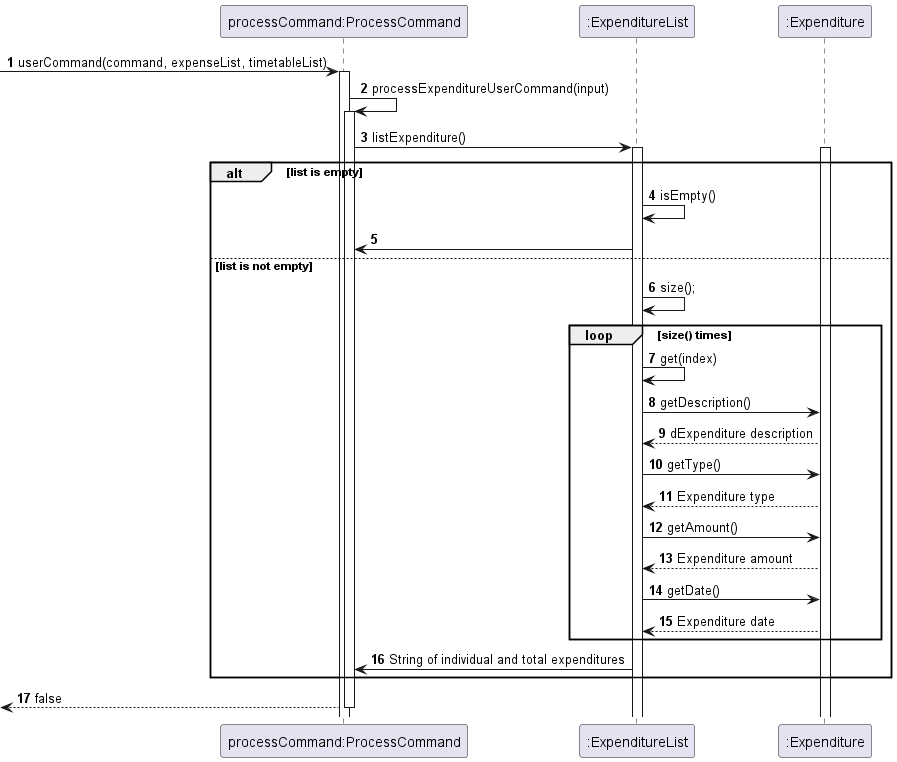
nyh3/tp keeps this PlantUML diagram as docs/diagrams/sequencediagram/ListExpenditure.png. Above is the earlier version. Its diagram source:
```plantuml
@startuml

autonumber

autonumber
participant "processCommand:ProcessCommand" as processCommand
participant ":ExpenditureList" as expenditureList
participant ":Expenditure" as expenditure

[-> processCommand: userCommand(command, expenseList, timetableList)
activate processCommand

processCommand -> processCommand: processExpenditureUserCommand(input)
activate processCommand

processCommand -> expenditureList: listExpenditure()
activate expenditureList
activate expenditure

alt list is empty
    expenditureList -> expenditureList: isEmpty()
    processCommand <- expenditureList
else list is not empty
    expenditureList -> expenditureList: size();
    loop size() times
    expenditureList -> expenditureList: get(index)
    expenditureList -> expenditure: getDescription()
    expenditureList <-- expenditure: dExpenditure description
    expenditureList -> expenditure: getType()
    expenditureList <-- expenditure: Expenditure type
    expenditureList -> expenditure: getAmount()
    expenditureList <-- expenditure: Expenditure amount
    expenditureList -> expenditure: getDate()
    expenditureList <-- expenditure: Expenditure date
    end
    processCommand <- expenditureList: String of individual and total expenditures
end



[<-- processCommand: false
deactivate processCommand

@enduml
```
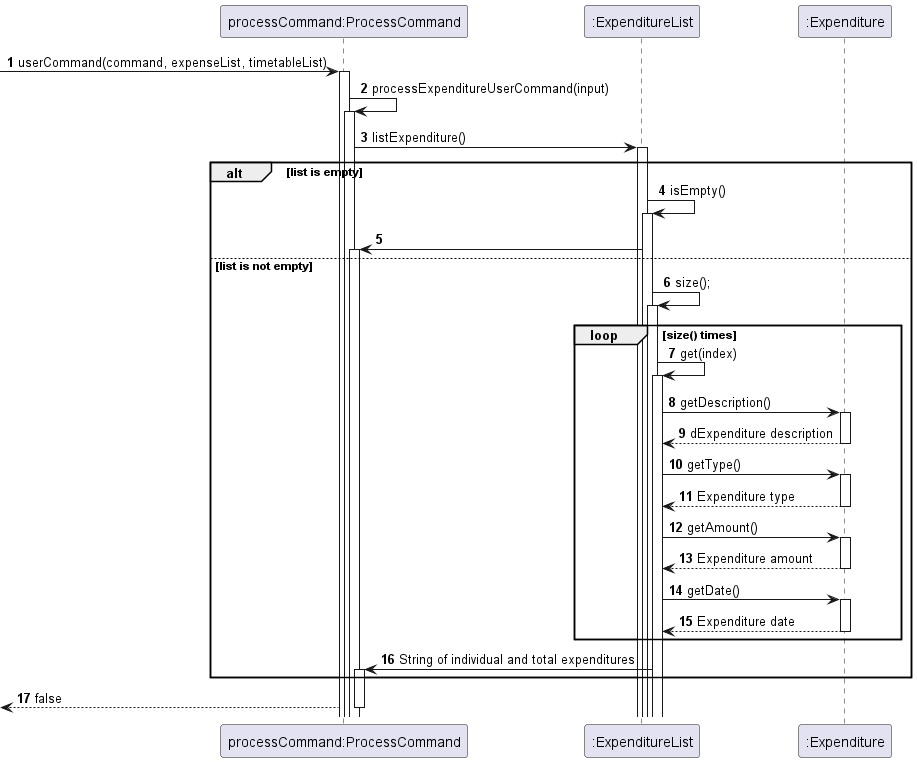
After the commit.

Commit message:
updated sequence diagrams

Diff of the diagram source:
```diff
@@ -1,21 +1,19 @@
 @startuml
 
-autonumber
 
 autonumber
+autoactivate on
 participant "processCommand:ProcessCommand" as processCommand
 participant ":ExpenditureList" as expenditureList
 participant ":Expenditure" as expenditure
 
 [-> processCommand: userCommand(command, expenseList, timetableList)
-activate processCommand
+
 
 processCommand -> processCommand: processExpenditureUserCommand(input)
-activate processCommand
+
 
 processCommand -> expenditureList: listExpenditure()
-activate expenditureList
-activate expenditure
 
 alt list is empty
     expenditureList -> expenditureList: isEmpty()
@@ -39,6 +37,6 @@
 
 
 [<-- processCommand: false
-deactivate processCommand
+
 
 @enduml
```
